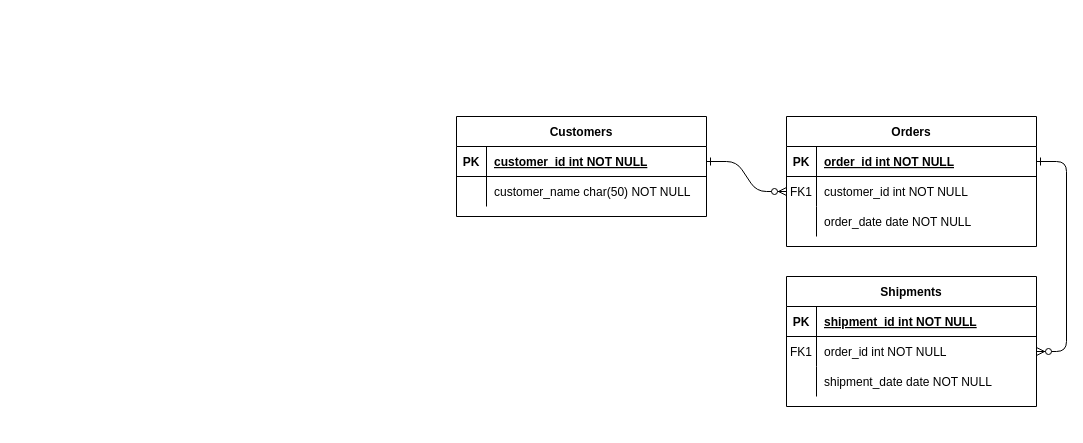
Before: Untitled Diagram.drawio in George9923/Facultate123, a draw.io diagram. Source tidied: cells renumbered, new cells numbered last; positions are measured from the earlier drawing's top-left corner, leaving out a move shared by most shapes. Both pictures are drawn from the tidied source at 100%, with x=0, y=0 at pixel (456, 116).
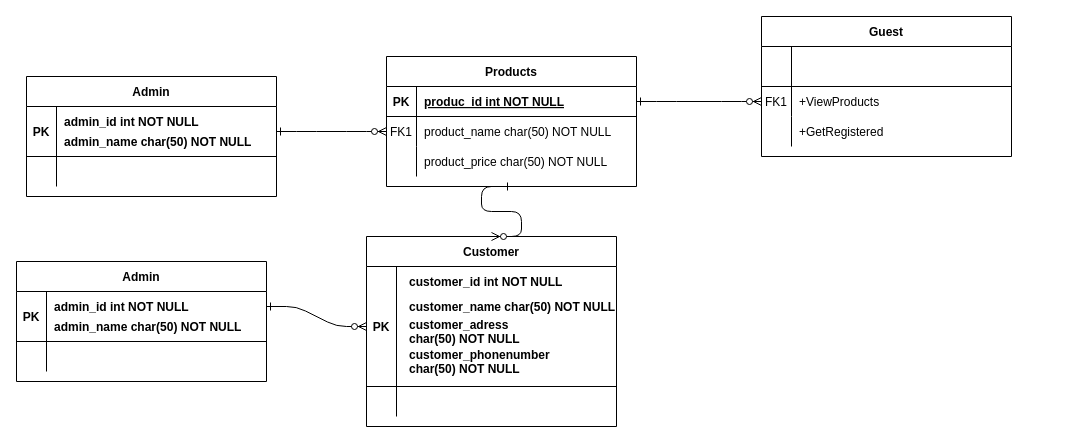
The same page after the edit.

Unchanged cells that the change refers to:
```xml
<mxCell id="5" style="shape=partialRectangle;fillColor=none;points=[[0,0.5],[1,0.5]];portConstraint=eastwest;top=0;left=0;right=0;bottom=1;" parent="4" vertex="1">
  <mxGeometry y="30" width="250" height="30" as="geometry" />
</mxCell>
<mxCell id="8" style="shape=partialRectangle;fillColor=none;points=[[0,0.5],[1,0.5]];portConstraint=eastwest;top=0;left=0;right=0;bottom=0;" parent="4" vertex="1">
  <mxGeometry y="60" width="250" height="30" as="geometry" />
</mxCell>
<mxCell id="11" style="shape=partialRectangle;fillColor=none;top=0;left=0;right=0;bottom=0;" parent="4" vertex="1">
  <mxGeometry y="90" width="250" height="30" as="geometry" />
</mxCell>
```

The edit, as a diff of the source:
```diff
@@
-    <mxCell id="4" value="Orders" style="shape=table;startSize=30;childLayout=tableLayout;rowLines=0;fontStyle=1;align=center;" parent="1" vertex="1">
-      <mxGeometry x="330" width="250" height="130" as="geometry" />
+    <mxCell id="4" value="Products" style="shape=table;startSize=30;childLayout=tableLayout;rowLines=0;fontStyle=1;align=center;" parent="1" vertex="1">
+      <mxGeometry x="-70" y="-60" width="250" height="130" as="geometry" />
     </mxCell>
@@
-    <mxCell id="7" value="order_id int NOT NULL " style="shape=partialRectangle;overflow=hidden;fillColor=none;top=0;left=0;bottom=0;right=0;align=left;spacingLeft=6;fontStyle=5;" parent="5" vertex="1">
+    <mxCell id="7" value="produc_id int NOT NULL " style="shape=partialRectangle;overflow=hidden;fillColor=none;top=0;left=0;bottom=0;right=0;align=left;spacingLeft=6;fontStyle=5;" parent="5" vertex="1">
       <mxGeometry x="30" width="220" height="30" as="geometry" />
     </mxCell>
@@
-    <mxCell id="10" value="customer_id int NOT NULL" style="shape=partialRectangle;overflow=hidden;fillColor=none;top=0;left=0;bottom=0;right=0;align=left;spacingLeft=6;" parent="8" vertex="1">
+    <mxCell id="10" value="product_name char(50) NOT NULL" style="shape=partialRectangle;overflow=hidden;fillColor=none;top=0;left=0;bottom=0;right=0;align=left;spacingLeft=6;" parent="8" vertex="1">
       <mxGeometry x="30" width="220" height="30" as="geometry" />
     </mxCell>
@@
-    <mxCell id="13" value="order_date date NOT NULL" style="shape=partialRectangle;overflow=hidden;fillColor=none;top=0;left=0;bottom=0;right=0;align=left;spacingLeft=6;" parent="11" vertex="1">
+    <mxCell id="13" value="product_price char(50) NOT NULL" style="shape=partialRectangle;overflow=hidden;fillColor=none;top=0;left=0;bottom=0;right=0;align=left;spacingLeft=6;" parent="11" vertex="1">
       <mxGeometry x="30" width="220" height="30" as="geometry" />
     </mxCell>
-    <mxCell id="14" value="Shipments" style="shape=table;startSize=30;childLayout=tableLayout;rowLines=0;fontStyle=1;align=center;" parent="1" vertex="1">
-      <mxGeometry x="330" y="160" width="250" height="130" as="geometry" />
+    <mxCell id="14" value="Guest" style="shape=table;startSize=30;childLayout=tableLayout;rowLines=0;fontStyle=1;align=center;" parent="1" vertex="1">
+      <mxGeometry x="305" y="-100" width="250" height="140" as="geometry" />
     </mxCell>
     <mxCell id="15" style="shape=partialRectangle;fillColor=none;top=0;left=0;right=0;bottom=1;" parent="14" vertex="1">
-      <mxGeometry y="30" width="250" height="30" as="geometry" />
+      <mxGeometry y="30" width="250" height="40" as="geometry" />
     </mxCell>
-    <mxCell id="16" value="PK" style="shape=partialRectangle;overflow=hidden;fillColor=none;top=0;left=0;bottom=0;right=0;fontStyle=1;" parent="15" vertex="1">
-      <mxGeometry width="30" height="30" as="geometry" />
+    <mxCell id="16" style="shape=partialRectangle;overflow=hidden;fillColor=none;top=0;left=0;bottom=0;right=0;fontStyle=1;" parent="15" vertex="1">
+      <mxGeometry width="30" height="40" as="geometry" />
     </mxCell>
-    <mxCell id="17" value="shipment_id int NOT NULL " style="shape=partialRectangle;overflow=hidden;fillColor=none;top=0;left=0;bottom=0;right=0;align=left;spacingLeft=6;fontStyle=5;" parent="15" vertex="1">
-      <mxGeometry x="30" width="220" height="30" as="geometry" />
+    <mxCell id="17" style="shape=partialRectangle;overflow=hidden;fillColor=none;top=0;left=0;bottom=0;right=0;align=left;spacingLeft=6;fontStyle=5;" parent="15" vertex="1">
+      <mxGeometry x="30" width="220" height="40" as="geometry" />
     </mxCell>
     <mxCell id="18" style="shape=partialRectangle;fillColor=none;points=[[0,0.5],[1,0.5]];portConstraint=eastwest;top=0;left=0;right=0;bottom=0;" parent="14" vertex="1">
-      <mxGeometry y="60" width="250" height="30" as="geometry" />
+      <mxGeometry y="70" width="250" height="30" as="geometry" />
     </mxCell>
@@
-    <mxCell id="20" value="order_id int NOT NULL" style="shape=partialRectangle;overflow=hidden;fillColor=none;top=0;left=0;bottom=0;right=0;align=left;spacingLeft=6;" parent="18" vertex="1">
+    <mxCell id="20" value="+ViewProducts" style="shape=partialRectangle;overflow=hidden;fillColor=none;top=0;left=0;bottom=0;right=0;align=left;spacingLeft=6;" parent="18" vertex="1">
       <mxGeometry x="30" width="220" height="30" as="geometry" />
     </mxCell>
     <mxCell id="21" style="shape=partialRectangle;fillColor=none;top=0;left=0;right=0;bottom=0;" parent="14" vertex="1">
-      <mxGeometry y="90" width="250" height="30" as="geometry" />
+      <mxGeometry y="100" width="250" height="30" as="geometry" />
     </mxCell>
@@
-    <mxCell id="23" value="shipment_date date NOT NULL" style="shape=partialRectangle;overflow=hidden;fillColor=none;top=0;left=0;bottom=0;right=0;align=left;spacingLeft=6;" parent="21" vertex="1">
+    <mxCell id="23" value="+GetRegistered" style="shape=partialRectangle;overflow=hidden;fillColor=none;top=0;left=0;bottom=0;right=0;align=left;spacingLeft=6;" parent="21" vertex="1">
       <mxGeometry x="30" width="220" height="30" as="geometry" />
     </mxCell>
-    <mxCell id="24" value="Customers" style="shape=table;startSize=30;childLayout=tableLayout;rowLines=0;fontStyle=1;align=center;" parent="1" vertex="1">
-      <mxGeometry width="250" height="100" as="geometry" />
+    <mxCell id="24" value="Admin" style="shape=table;startSize=30;childLayout=tableLayout;rowLines=0;fontStyle=1;align=center;" parent="1" vertex="1">
+      <mxGeometry x="-430" y="-40" width="250" height="120" as="geometry" />
     </mxCell>
     <mxCell id="25" style="shape=partialRectangle;fillColor=none;points=[[0,0.5],[1,0.5]];portConstraint=eastwest;top=0;left=0;right=0;bottom=1;" parent="24" vertex="1">
-      <mxGeometry y="30" width="250" height="30" as="geometry" />
+      <mxGeometry y="30" width="250" height="50" as="geometry" />
     </mxCell>
     <mxCell id="26" value="PK" style="shape=partialRectangle;overflow=hidden;fillColor=none;top=0;left=0;bottom=0;right=0;fontStyle=1;" parent="25" vertex="1">
-      <mxGeometry width="30" height="30" as="geometry" />
+      <mxGeometry width="30" height="50" as="geometry" />
     </mxCell>
-    <mxCell id="27" value="customer_id int NOT NULL " style="shape=partialRectangle;overflow=hidden;fillColor=none;top=0;left=0;bottom=0;right=0;align=left;spacingLeft=6;fontStyle=5;" parent="25" vertex="1">
-      <mxGeometry x="30" width="220" height="30" as="geometry" />
+    <mxCell id="27" style="shape=partialRectangle;overflow=hidden;fillColor=none;top=0;left=0;bottom=0;right=0;align=left;spacingLeft=6;fontStyle=5;" parent="25" vertex="1">
+      <mxGeometry x="30" width="220" height="50" as="geometry" />
     </mxCell>
     <mxCell id="28" style="shape=partialRectangle;fillColor=none;top=0;left=0;right=0;bottom=0;" parent="24" vertex="1">
-      <mxGeometry y="60" width="250" height="30" as="geometry" />
+      <mxGeometry y="80" width="250" height="30" as="geometry" />
     </mxCell>
@@
-    <mxCell id="30" value="customer_name char(50) NOT NULL" style="shape=partialRectangle;overflow=hidden;fillColor=none;top=0;left=0;bottom=0;right=0;align=left;spacingLeft=6;" parent="28" vertex="1">
+    <mxCell id="30" style="shape=partialRectangle;overflow=hidden;fillColor=none;top=0;left=0;bottom=0;right=0;align=left;spacingLeft=6;" parent="28" vertex="1">
       <mxGeometry x="30" width="220" height="30" as="geometry" />
     </mxCell>
+    <mxCell id="31" value="admin_id int NOT NULL" style="shape=partialRectangle;overflow=hidden;fillColor=none;top=0;left=0;bottom=0;right=0;align=left;spacingLeft=6;fontStyle=1;" parent="1" vertex="1">
+      <mxGeometry x="-400" y="-10" width="220" height="30" as="geometry" />
+    </mxCell>
+    <mxCell id="32" value="admin_name char(50) NOT NULL" style="shape=partialRectangle;overflow=hidden;fillColor=none;top=0;left=0;bottom=0;right=0;align=left;spacingLeft=6;fontStyle=1;" parent="1" vertex="1">
+      <mxGeometry x="-400" y="10" width="220" height="30" as="geometry" />
+    </mxCell>
+    <mxCell id="33" value="Customer" style="shape=table;startSize=30;childLayout=tableLayout;rowLines=0;fontStyle=1;align=center;" parent="1" vertex="1">
+      <mxGeometry x="-90" y="120" width="250" height="190" as="geometry" />
+    </mxCell>
+    <mxCell id="34" style="shape=partialRectangle;fillColor=none;points=[[0,0.5],[1,0.5]];portConstraint=eastwest;top=0;left=0;right=0;bottom=1;" parent="33" vertex="1">
+      <mxGeometry y="30" width="250" height="120" as="geometry" />
+    </mxCell>
+    <mxCell id="35" value="PK" style="shape=partialRectangle;overflow=hidden;fillColor=none;top=0;left=0;bottom=0;right=0;fontStyle=1;" parent="34" vertex="1">
+      <mxGeometry width="30" height="120" as="geometry" />
+    </mxCell>
+    <mxCell id="36" style="shape=partialRectangle;overflow=hidden;fillColor=none;top=0;left=0;bottom=0;right=0;align=left;spacingLeft=6;fontStyle=5;" parent="34" vertex="1">
+      <mxGeometry x="30" width="220" height="120" as="geometry" />
+    </mxCell>
+    <mxCell id="37" style="shape=partialRectangle;fillColor=none;top=0;left=0;right=0;bottom=0;" parent="33" vertex="1">
+      <mxGeometry y="150" width="250" height="30" as="geometry" />
+    </mxCell>
+    <mxCell id="38" style="shape=partialRectangle;overflow=hidden;fillColor=none;top=0;left=0;bottom=0;right=0;" parent="37" vertex="1">
+      <mxGeometry width="30" height="30" as="geometry" />
+    </mxCell>
+    <mxCell id="39" style="shape=partialRectangle;overflow=hidden;fillColor=none;top=0;left=0;bottom=0;right=0;align=left;spacingLeft=6;" parent="37" vertex="1">
+      <mxGeometry x="30" width="220" height="30" as="geometry" />
+    </mxCell>
+    <mxCell id="40" value="customer_id int NOT NULL" style="shape=partialRectangle;overflow=hidden;fillColor=none;top=0;left=0;bottom=0;right=0;align=left;spacingLeft=6;fontStyle=1;" parent="1" vertex="1">
+      <mxGeometry x="-55" y="150" width="220" height="30" as="geometry" />
+    </mxCell>
+    <mxCell id="41" value="customer_name char(50) NOT NULL" style="shape=partialRectangle;overflow=hidden;fillColor=none;top=0;left=0;bottom=0;right=0;align=left;spacingLeft=6;fontStyle=1;" parent="1" vertex="1">
+      <mxGeometry x="-55" y="175" width="220" height="30" as="geometry" />
+    </mxCell>
+    <mxCell id="42" style="edgeStyle=entityRelationEdgeStyle;endArrow=ERzeroToMany;startArrow=ERone;endFill=1;startFill=0;entryX=0.5;entryY=0;entryDx=0;entryDy=0;exitX=0.5;exitY=1;exitDx=0;exitDy=0;" parent="1" edge="1" source="4" target="33">
+      <mxGeometry relative="1" as="geometry" />
+    </mxCell>
+    <mxCell id="43" value="customer_adress &#10;char(50) NOT NULL" style="shape=partialRectangle;overflow=hidden;fillColor=none;top=0;left=0;bottom=0;right=0;align=left;spacingLeft=6;fontStyle=1;" parent="1" vertex="1">
+      <mxGeometry x="-55" y="200" width="220" height="30" as="geometry" />
+    </mxCell>
+    <mxCell id="44" value="customer_phonenumber&#10;char(50) NOT NULL" style="shape=partialRectangle;overflow=hidden;fillColor=none;top=0;left=0;bottom=0;right=0;align=left;spacingLeft=6;fontStyle=1;" parent="1" vertex="1">
+      <mxGeometry x="-55" y="230" width="220" height="30" as="geometry" />
+    </mxCell>
+    <mxCell id="45" value="Admin" style="shape=table;startSize=30;childLayout=tableLayout;rowLines=0;fontStyle=1;align=center;" parent="1" vertex="1">
+      <mxGeometry x="-440" y="145" width="250" height="120" as="geometry" />
+    </mxCell>
+    <mxCell id="46" style="shape=partialRectangle;fillColor=none;top=0;left=0;right=0;bottom=1;" parent="45" vertex="1">
+      <mxGeometry y="30" width="250" height="50" as="geometry" />
+    </mxCell>
+    <mxCell id="47" value="PK" style="shape=partialRectangle;overflow=hidden;fillColor=none;top=0;left=0;bottom=0;right=0;fontStyle=1;" parent="46" vertex="1">
+      <mxGeometry width="30" height="50" as="geometry" />
+    </mxCell>
+    <mxCell id="48" style="shape=partialRectangle;overflow=hidden;fillColor=none;top=0;left=0;bottom=0;right=0;align=left;spacingLeft=6;fontStyle=5;" parent="46" vertex="1">
+      <mxGeometry x="30" width="220" height="50" as="geometry" />
+    </mxCell>
+    <mxCell id="49" style="shape=partialRectangle;fillColor=none;top=0;left=0;right=0;bottom=0;" parent="45" vertex="1">
+      <mxGeometry y="80" width="250" height="30" as="geometry" />
+    </mxCell>
+    <mxCell id="50" style="shape=partialRectangle;overflow=hidden;fillColor=none;top=0;left=0;bottom=0;right=0;" parent="49" vertex="1">
+      <mxGeometry width="30" height="30" as="geometry" />
+    </mxCell>
+    <mxCell id="51" style="shape=partialRectangle;overflow=hidden;fillColor=none;top=0;left=0;bottom=0;right=0;align=left;spacingLeft=6;" parent="49" vertex="1">
+      <mxGeometry x="30" width="220" height="30" as="geometry" />
+    </mxCell>
+    <mxCell id="52" value="admin_id int NOT NULL" style="shape=partialRectangle;overflow=hidden;fillColor=none;top=0;left=0;bottom=0;right=0;align=left;spacingLeft=6;fontStyle=1;" parent="1" vertex="1">
+      <mxGeometry x="-410" y="175" width="220" height="30" as="geometry" />
+    </mxCell>
+    <mxCell id="53" value="admin_name char(50) NOT NULL" style="shape=partialRectangle;overflow=hidden;fillColor=none;top=0;left=0;bottom=0;right=0;align=left;spacingLeft=6;fontStyle=1;" parent="1" vertex="1">
+      <mxGeometry x="-410" y="195" width="220" height="30" as="geometry" />
+    </mxCell>
+    <mxCell id="54" style="edgeStyle=entityRelationEdgeStyle;endArrow=ERzeroToMany;startArrow=ERone;endFill=1;startFill=0;entryX=0;entryY=0.5;entryDx=0;entryDy=0;" parent="1" edge="1" target="34">
+      <mxGeometry relative="1" as="geometry">
+        <mxPoint x="-190" y="190" as="sourcePoint" />
+      </mxGeometry>
+    </mxCell>
```
